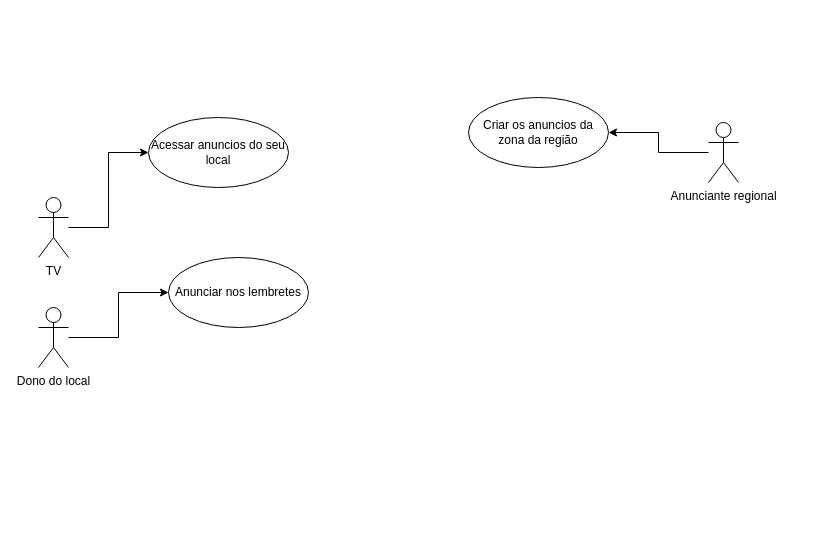
fpspeixoto/Diagramas keeps this draw.io diagram as TDVIEW.drawio. Above is the earlier version. Source tidied: cells renumbered, new cells numbered last; positions are measured from the earlier drawing's top-left corner, leaving out a move shared by most shapes. Both pictures are drawn from the tidied source at 100%, with x=0, y=0 at pixel (38, 97).
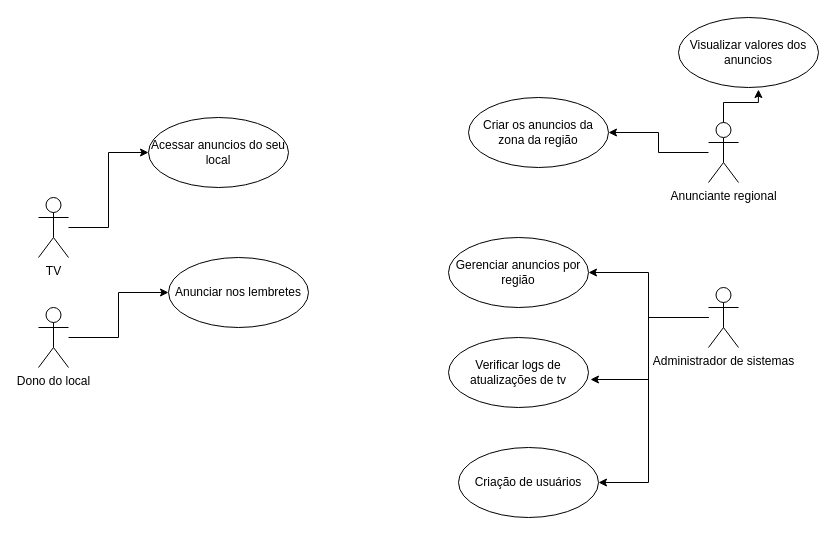
After the change.

The change refers to these unchanged cells:
```xml
<mxCell id="9" value="Anunciante regional&lt;div&gt;&lt;br&gt;&lt;/div&gt;" style="shape=umlActor;verticalLabelPosition=bottom;verticalAlign=top;html=1;" parent="1" vertex="1">
  <mxGeometry x="670" y="25" width="30" height="60" as="geometry" />
</mxCell>
```

What changed in the source:
```diff
@@
+    <mxCell id="11" style="edgeStyle=orthogonalEdgeStyle;rounded=0;jettySize=auto;html=1;" parent="1" edge="1" source="13" target="14">
+      <mxGeometry relative="1" as="geometry" />
+    </mxCell>
+    <mxCell id="12" style="edgeStyle=orthogonalEdgeStyle;rounded=0;jettySize=auto;html=1;entryX=1;entryY=0.5;entryDx=0;entryDy=0;" parent="1" edge="1" source="13" target="17">
+      <mxGeometry relative="1" as="geometry">
+        <Array as="points">
+          <mxPoint x="610" y="220" />
+          <mxPoint x="610" y="385" />
+        </Array>
+      </mxGeometry>
+    </mxCell>
+    <mxCell id="13" value="Administrador de sistemas" style="shape=umlActor;verticalLabelPosition=bottom;verticalAlign=top;html=1;" parent="1" vertex="1">
+      <mxGeometry x="670" y="190" width="30" height="60" as="geometry" />
+    </mxCell>
+    <mxCell id="14" value="Gerenciar anuncios por região" style="ellipse;whiteSpace=wrap;html=1;" parent="1" vertex="1">
+      <mxGeometry x="410" y="140" width="140" height="70" as="geometry" />
+    </mxCell>
+    <mxCell id="15" value="Verificar logs de atualizações de tv" style="ellipse;whiteSpace=wrap;html=1;" parent="1" vertex="1">
+      <mxGeometry x="410" y="240" width="140" height="70" as="geometry" />
+    </mxCell>
+    <mxCell id="16" style="edgeStyle=orthogonalEdgeStyle;rounded=0;jettySize=auto;html=1;entryX=1.014;entryY=0.6;entryDx=0;entryDy=0;entryPerimeter=0;" parent="1" edge="1" source="13" target="15">
+      <mxGeometry relative="1" as="geometry" />
+    </mxCell>
+    <mxCell id="17" value="Criação de usuários" style="ellipse;whiteSpace=wrap;html=1;" parent="1" vertex="1">
+      <mxGeometry x="420" y="350" width="140" height="70" as="geometry" />
+    </mxCell>
+    <mxCell id="18" value="Visualizar valores dos anuncios" style="ellipse;whiteSpace=wrap;html=1;" parent="1" vertex="1">
+      <mxGeometry x="640" y="-80" width="140" height="70" as="geometry" />
+    </mxCell>
+    <mxCell id="19" style="edgeStyle=orthogonalEdgeStyle;rounded=0;jettySize=auto;html=1;entryX=0.571;entryY=1.029;entryDx=0;entryDy=0;entryPerimeter=0;" parent="1" edge="1" source="9" target="18">
+      <mxGeometry relative="1" as="geometry" />
+    </mxCell>
```
